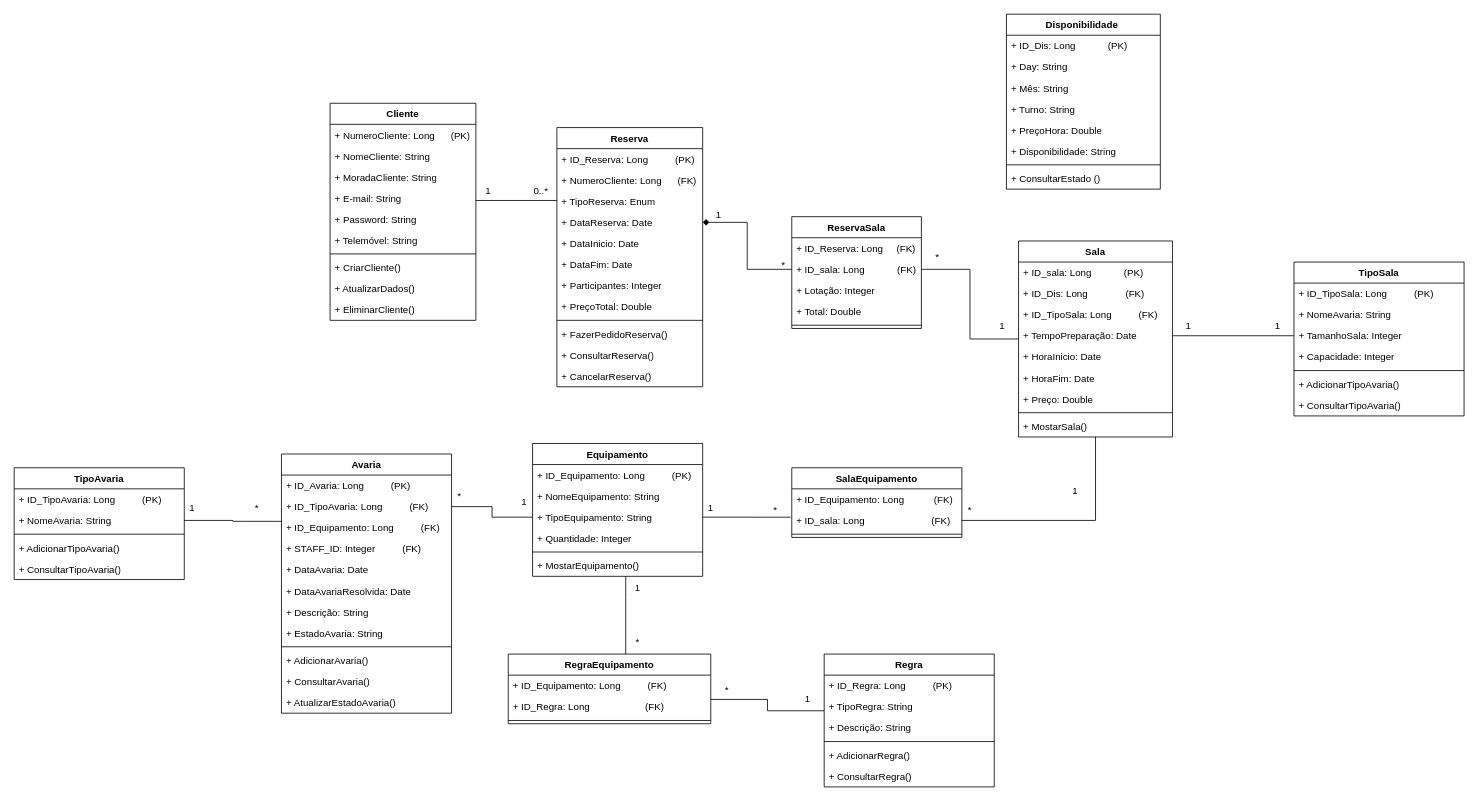
This is Diagrama de Classes.drawio from ic3K1ng/Rooms-Equipments, a draw.io file, before an edit. Source tidied: cells renumbered, new cells numbered last; positions are measured from the earlier drawing's top-left corner, leaving out a move shared by most shapes. Both pictures are drawn from the tidied source at 81%, with x=0, y=0 at pixel (14, 14).
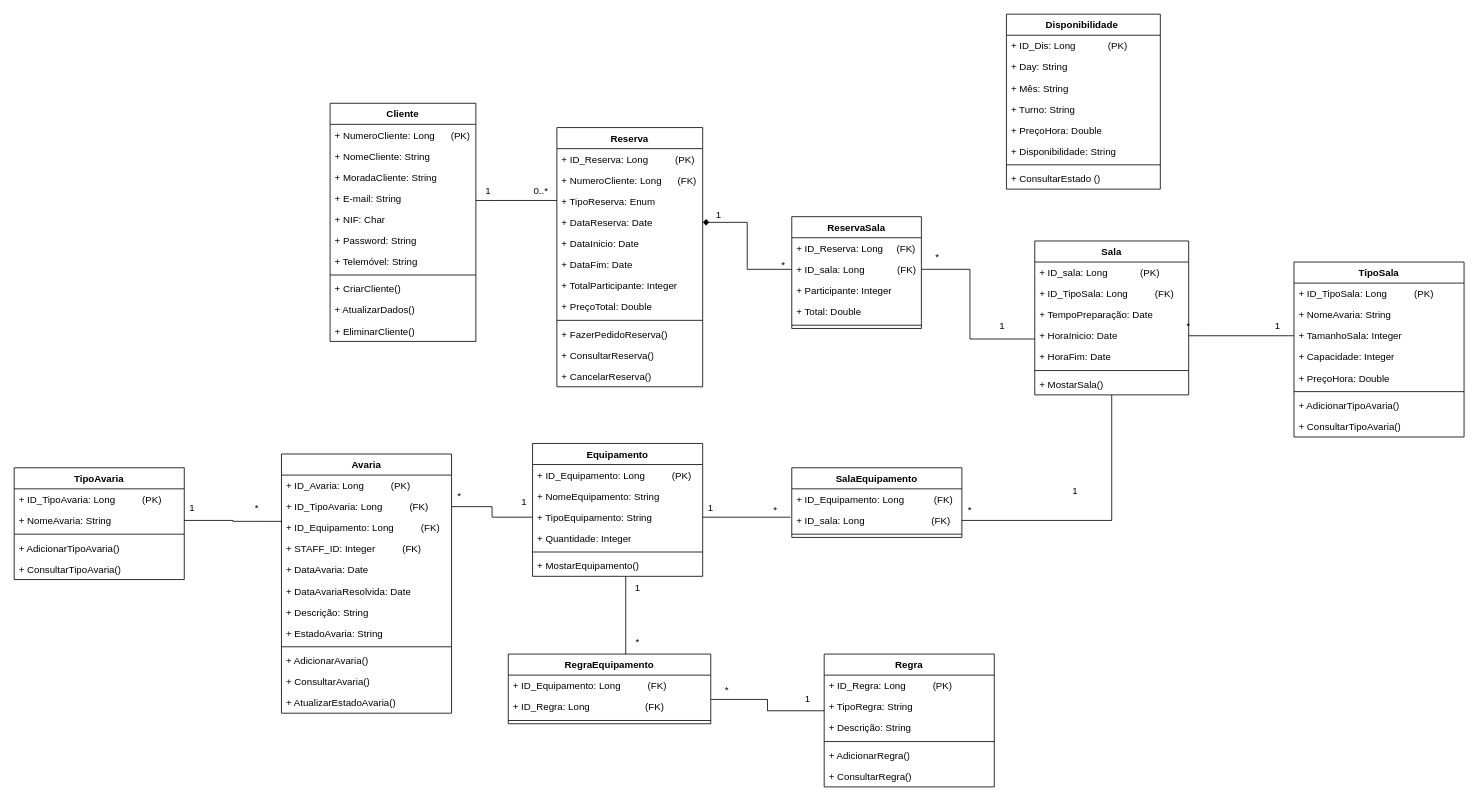
After the change.

Unchanged cells that the change refers to:
```xml
<mxCell id="24" value="Reserva" style="swimlane;fontStyle=1;align=center;verticalAlign=top;horizontal=1;startSize=26;whiteSpace=wrap;html=1;" parent="1" vertex="1">
  <mxGeometry x="670" y="140" width="180" height="320" as="geometry" />
</mxCell>
<mxCell id="46" value="ReservaSala" style="swimlane;fontStyle=1;align=center;verticalAlign=top;horizontal=1;startSize=26;whiteSpace=wrap;html=1;" parent="1" vertex="1">
  <mxGeometry x="960" y="250" width="160" height="138" as="geometry" />
</mxCell>
```

The edit, as a diff of the source:
```diff
@@
     <mxCell id="2" value="Cliente" style="swimlane;fontStyle=1;align=center;verticalAlign=top;horizontal=1;startSize=26;whiteSpace=wrap;html=1;" parent="1" vertex="1">
-      <mxGeometry x="390" y="110" width="180" height="268" as="geometry" />
+      <mxGeometry x="390" y="110" width="180" height="294" as="geometry" />
     </mxCell>
@@
-    <mxCell id="6" value="+ E-mail: String" style="text;strokeColor=none;fillColor=none;align=left;verticalAlign=top;spacingLeft=4;spacingRight=4;overflow=hidden;points=[[0,0.5],[1,0.5]];portConstraint=eastwest;whiteSpace=wrap;html=1;" parent="2" vertex="1">
+    <mxCell id="6" value="+ E-mail: String&lt;div&gt;&lt;br&gt;&lt;/div&gt;&lt;div&gt;&lt;br&gt;&lt;/div&gt;" style="text;strokeColor=none;fillColor=none;align=left;verticalAlign=top;spacingLeft=4;spacingRight=4;overflow=hidden;points=[[0,0.5],[1,0.5]];portConstraint=eastwest;whiteSpace=wrap;html=1;" parent="2" vertex="1">
       <mxGeometry y="104" width="180" height="26" as="geometry" />
     </mxCell>
+    <mxCell id="130" value="+ NIF: Char" style="text;strokeColor=none;fillColor=none;align=left;verticalAlign=top;spacingLeft=4;spacingRight=4;overflow=hidden;whiteSpace=wrap;html=1;" parent="2" vertex="1">
+      <mxGeometry y="130" width="180" height="26" as="geometry" />
+    </mxCell>
     <mxCell id="7" value="+ Password: String" style="text;strokeColor=none;fillColor=none;align=left;verticalAlign=top;spacingLeft=4;spacingRight=4;overflow=hidden;whiteSpace=wrap;html=1;" parent="2" vertex="1">
-      <mxGeometry y="130" width="180" height="26" as="geometry" />
+      <mxGeometry y="156" width="180" height="26" as="geometry" />
     </mxCell>
     <mxCell id="8" value="+ Telemóvel: String" style="text;strokeColor=none;fillColor=none;align=left;verticalAlign=top;spacingLeft=4;spacingRight=4;overflow=hidden;whiteSpace=wrap;html=1;" parent="2" vertex="1">
-      <mxGeometry y="156" width="180" height="26" as="geometry" />
+      <mxGeometry y="182" width="180" height="26" as="geometry" />
     </mxCell>
     <mxCell id="9" style="line;strokeWidth=1;fillColor=none;align=left;verticalAlign=middle;spacingTop=-1;spacingLeft=3;spacingRight=3;labelPosition=right;strokeColor=inherit;" parent="2" vertex="1">
-      <mxGeometry y="182" width="180" height="8" as="geometry" />
+      <mxGeometry y="208" width="180" height="8" as="geometry" />
     </mxCell>
     <mxCell id="10" value="+ CriarCliente()" style="text;strokeColor=none;fillColor=none;align=left;verticalAlign=top;spacingLeft=4;spacingRight=4;overflow=hidden;whiteSpace=wrap;html=1;" parent="2" vertex="1">
-      <mxGeometry y="190" width="180" height="26" as="geometry" />
+      <mxGeometry y="216" width="180" height="26" as="geometry" />
     </mxCell>
     <mxCell id="11" value="+ AtualizarDados()" style="text;strokeColor=none;fillColor=none;align=left;verticalAlign=top;spacingLeft=4;spacingRight=4;overflow=hidden;whiteSpace=wrap;html=1;" parent="2" vertex="1">
-      <mxGeometry y="216" width="180" height="26" as="geometry" />
+      <mxGeometry y="242" width="180" height="26" as="geometry" />
     </mxCell>
     <mxCell id="12" value="+ EliminarCliente()" style="text;strokeColor=none;fillColor=none;align=left;verticalAlign=top;spacingLeft=4;spacingRight=4;overflow=hidden;whiteSpace=wrap;html=1;" parent="2" vertex="1">
-      <mxGeometry y="242" width="180" height="26" as="geometry" />
+      <mxGeometry y="268" width="180" height="26" as="geometry" />
     </mxCell>
@@
     <mxCell id="14" value="Sala" style="swimlane;fontStyle=1;align=center;verticalAlign=top;horizontal=1;startSize=26;whiteSpace=wrap;html=1;" parent="1" vertex="1">
-      <mxGeometry x="1240" y="280" width="190" height="242" as="geometry" />
+      <mxGeometry x="1260" y="280" width="190" height="190" as="geometry" />
     </mxCell>
@@
-    <mxCell id="16" value="+ ID_Dis: Long&amp;nbsp; &amp;nbsp; &amp;nbsp; &amp;nbsp; &amp;nbsp; &amp;nbsp; &amp;nbsp; (FK)" style="text;strokeColor=none;fillColor=none;align=left;verticalAlign=top;spacingLeft=4;spacingRight=4;overflow=hidden;whiteSpace=wrap;html=1;" parent="14" vertex="1">
-      <mxGeometry y="52" width="190" height="26" as="geometry" />
-    </mxCell>
     <mxCell id="17" value="+ ID_TipoSala: Long&amp;nbsp; &amp;nbsp; &amp;nbsp; &amp;nbsp; &amp;nbsp; (FK)&amp;nbsp;&amp;nbsp;" style="text;strokeColor=none;fillColor=none;align=left;verticalAlign=top;spacingLeft=4;spacingRight=4;overflow=hidden;whiteSpace=wrap;html=1;" parent="14" vertex="1">
-      <mxGeometry y="78" width="190" height="26" as="geometry" />
+      <mxGeometry y="52" width="190" height="26" as="geometry" />
     </mxCell>
     <mxCell id="18" value="+ TempoPreparação: Date" style="text;strokeColor=none;fillColor=none;align=left;verticalAlign=top;spacingLeft=4;spacingRight=4;overflow=hidden;whiteSpace=wrap;html=1;" parent="14" vertex="1">
-      <mxGeometry y="104" width="190" height="26" as="geometry" />
+      <mxGeometry y="78" width="190" height="26" as="geometry" />
     </mxCell>
     <mxCell id="19" value="+ HoraInicio: Date" style="text;strokeColor=none;fillColor=none;align=left;verticalAlign=top;spacingLeft=4;spacingRight=4;overflow=hidden;whiteSpace=wrap;html=1;" parent="14" vertex="1">
-      <mxGeometry y="130" width="190" height="26" as="geometry" />
+      <mxGeometry y="104" width="190" height="26" as="geometry" />
     </mxCell>
     <mxCell id="20" value="+ HoraFim: Date" style="text;strokeColor=none;fillColor=none;align=left;verticalAlign=top;spacingLeft=4;spacingRight=4;overflow=hidden;whiteSpace=wrap;html=1;" parent="14" vertex="1">
-      <mxGeometry y="156" width="190" height="26" as="geometry" />
+      <mxGeometry y="130" width="190" height="26" as="geometry" />
     </mxCell>
-    <mxCell id="21" value="+ Preço: Double" style="text;strokeColor=none;fillColor=none;align=left;verticalAlign=top;spacingLeft=4;spacingRight=4;overflow=hidden;whiteSpace=wrap;html=1;" parent="14" vertex="1">
-      <mxGeometry y="182" width="190" height="26" as="geometry" />
-    </mxCell>
     <mxCell id="22" style="line;strokeWidth=1;fillColor=none;align=left;verticalAlign=middle;spacingTop=-1;spacingLeft=3;spacingRight=3;labelPosition=right;strokeColor=inherit;" parent="14" vertex="1">
-      <mxGeometry y="208" width="190" height="8" as="geometry" />
+      <mxGeometry y="156" width="190" height="8" as="geometry" />
     </mxCell>
     <mxCell id="23" value="+ MostarSala()" style="text;strokeColor=none;fillColor=none;align=left;verticalAlign=top;spacingLeft=4;spacingRight=4;overflow=hidden;whiteSpace=wrap;html=1;" parent="14" vertex="1">
-      <mxGeometry y="216" width="190" height="26" as="geometry" />
+      <mxGeometry y="164" width="190" height="26" as="geometry" />
     </mxCell>
@@
-    <mxCell id="31" value="+ Participantes: Integer" style="text;strokeColor=none;fillColor=none;align=left;verticalAlign=top;spacingLeft=4;spacingRight=4;overflow=hidden;whiteSpace=wrap;html=1;" parent="24" vertex="1">
+    <mxCell id="31" value="+ TotalParticipante: Integer" style="text;strokeColor=none;fillColor=none;align=left;verticalAlign=top;spacingLeft=4;spacingRight=4;overflow=hidden;whiteSpace=wrap;html=1;" parent="24" vertex="1">
       <mxGeometry y="182" width="180" height="26" as="geometry" />
     </mxCell>
@@
-    <mxCell id="49" value="+ Lotação: Integer" style="text;strokeColor=none;fillColor=none;align=left;verticalAlign=top;spacingLeft=4;spacingRight=4;overflow=hidden;whiteSpace=wrap;html=1;" parent="46" vertex="1">
+    <mxCell id="49" value="+ Participante: Integer" style="text;strokeColor=none;fillColor=none;align=left;verticalAlign=top;spacingLeft=4;spacingRight=4;overflow=hidden;whiteSpace=wrap;html=1;" parent="46" vertex="1">
       <mxGeometry y="78" width="160" height="26" as="geometry" />
     </mxCell>
@@
     <mxCell id="119" value="TipoSala" style="swimlane;fontStyle=1;align=center;verticalAlign=top;horizontal=1;startSize=26;whiteSpace=wrap;html=1;" parent="1" vertex="1">
-      <mxGeometry x="1580" y="306" width="210" height="190" as="geometry" />
+      <mxGeometry x="1580" y="306" width="210" height="216" as="geometry" />
     </mxCell>
@@
+    <mxCell id="21" value="+ PreçoHora: Double" style="text;strokeColor=none;fillColor=none;align=left;verticalAlign=top;spacingLeft=4;spacingRight=4;overflow=hidden;whiteSpace=wrap;html=1;" parent="119" vertex="1">
+      <mxGeometry y="130" width="210" height="26" as="geometry" />
+    </mxCell>
     <mxCell id="124" style="line;strokeWidth=1;fillColor=none;align=left;verticalAlign=middle;spacingTop=-1;spacingLeft=3;spacingRight=3;labelPosition=right;strokeColor=inherit;" parent="119" vertex="1">
-      <mxGeometry y="130" width="210" height="8" as="geometry" />
+      <mxGeometry y="156" width="210" height="8" as="geometry" />
     </mxCell>
     <mxCell id="125" value="+ AdicionarTipoAvaria()" style="text;strokeColor=none;fillColor=none;align=left;verticalAlign=top;spacingLeft=4;spacingRight=4;overflow=hidden;whiteSpace=wrap;html=1;" parent="119" vertex="1">
-      <mxGeometry y="138" width="210" height="26" as="geometry" />
+      <mxGeometry y="164" width="210" height="26" as="geometry" />
     </mxCell>
     <mxCell id="126" value="+ ConsultarTipoAvaria()" style="text;strokeColor=none;fillColor=none;align=left;verticalAlign=top;spacingLeft=4;spacingRight=4;overflow=hidden;whiteSpace=wrap;html=1;" parent="119" vertex="1">
-      <mxGeometry y="164" width="210" height="26" as="geometry" />
+      <mxGeometry y="190" width="210" height="26" as="geometry" />
     </mxCell>
@@
-    <mxCell id="129" value="1" style="text;html=1;align=center;verticalAlign=middle;whiteSpace=wrap;rounded=0;" parent="1" vertex="1">
+    <mxCell id="129" value="*" style="text;html=1;align=center;verticalAlign=middle;whiteSpace=wrap;rounded=0;" parent="1" vertex="1">
       <mxGeometry x="1420" y="370" width="60" height="30" as="geometry" />
     </mxCell>
```
